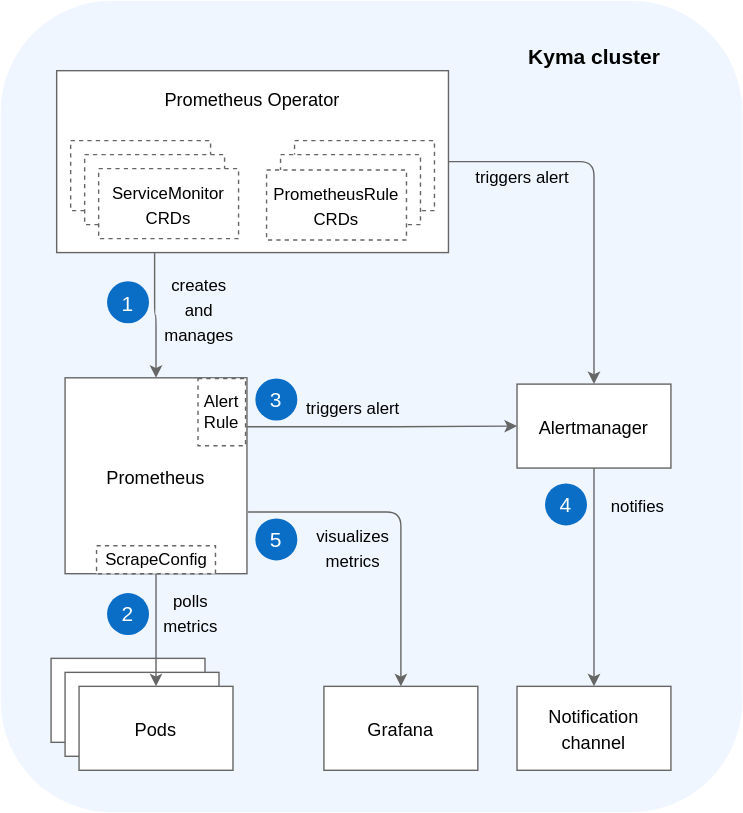
The draw.io diagram docs/05-technical-reference/03-architecture/assets/obsv-monitoring-flow.svg in kyma-project/kyma, before a commit. Source tidied: cells renumbered, new cells last; positions are measured from the earlier drawing's top-left corner, leaving out a move shared by most shapes.
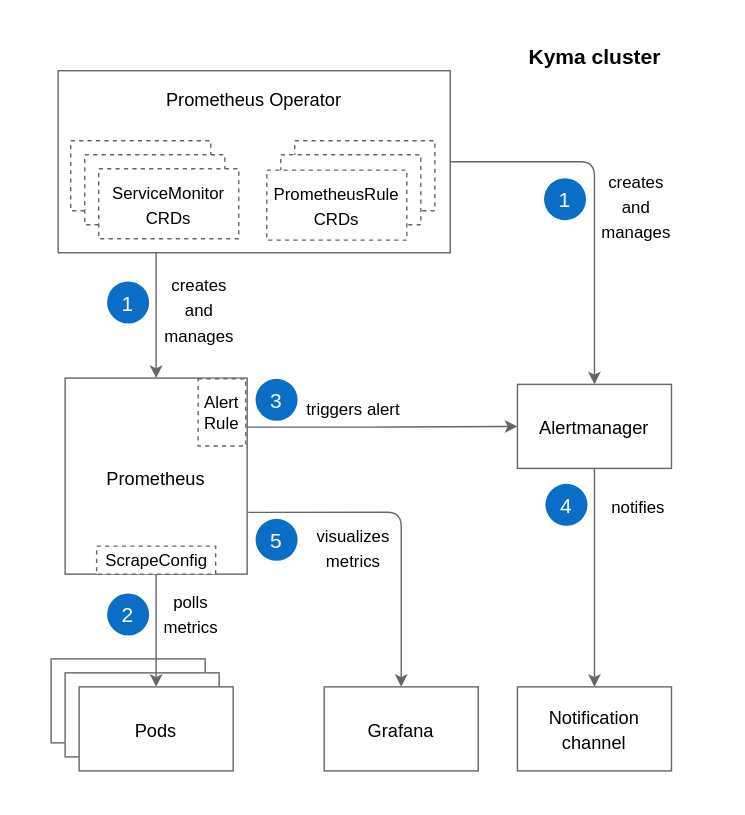
The same diagram one commit later.

The edit, as a diff of the source:
```diff
@@ -2,9 +2,9 @@
   <root>
     <mxCell id="0" />
     <mxCell id="1" parent="0" />
-    <mxCell id="2" style="rounded=1;whiteSpace=wrap;html=1;strokeColor=none;fillColor=#F0F6FF;" parent="1" vertex="1">
-      <mxGeometry width="530" height="580" as="geometry" />
-    </mxCell>
+    <mxCell id="37" style="rounded=0;whiteSpace=wrap;html=1;strokeColor=none;" parent="1" vertex="1">
+      <mxGeometry width="530" height="580" as="geometry" />
+    </mxCell>
     <mxCell id="3" value="&lt;font style=&quot;font-size: 13px&quot;&gt;&lt;br&gt;&lt;/font&gt;" style="rounded=0;whiteSpace=wrap;html=1;labelBackgroundColor=none;strokeWidth=1;fillColor=#FFFFFF;gradientColor=none;fontFamily=Helvetica;fontSize=15;fontColor=#000000;strokeColor=#666666;" parent="1" vertex="1">
       <mxGeometry x="36" y="470" width="110" height="60" as="geometry" />
     </mxCell>
@@ -24,7 +24,7 @@
       <mxGeometry x="369" y="274" width="110" height="60" as="geometry" />
     </mxCell>
     <mxCell id="9" value="&lt;span style=&quot;font-size: 13px&quot;&gt;Prometheus Operator&lt;br&gt;&lt;br&gt;&lt;br&gt;&lt;br&gt;&lt;br&gt;&lt;br&gt;&lt;/span&gt;" style="rounded=0;whiteSpace=wrap;html=1;labelBackgroundColor=none;strokeWidth=1;fillColor=#FFFFFF;gradientColor=none;fontFamily=Helvetica;fontSize=15;fontColor=#000000;strokeColor=#666666;" parent="1" vertex="1">
-      <mxGeometry x="40" y="50" width="280" height="130" as="geometry" />
+      <mxGeometry x="41" y="50" width="280" height="130" as="geometry" />
     </mxCell>
     <mxCell id="10" value="&lt;font style=&quot;font-size: 13px&quot;&gt;Notification channel&lt;/font&gt;" style="rounded=0;whiteSpace=wrap;html=1;labelBackgroundColor=none;strokeWidth=1;fillColor=#FFFFFF;gradientColor=none;fontFamily=Helvetica;fontSize=15;fontColor=#000000;strokeColor=#666666;" parent="1" vertex="1">
       <mxGeometry x="369" y="490" width="110" height="60" as="geometry" />
@@ -106,8 +106,11 @@
         <mxPoint x="424" y="490" as="targetPoint" />
       </mxGeometry>
     </mxCell>
-    <mxCell id="36" value="&lt;font style=&quot;font-size: 12px&quot;&gt;triggers alert&lt;/font&gt;" style="text;html=1;strokeColor=none;fillColor=none;align=center;verticalAlign=middle;whiteSpace=wrap;rounded=0;fontSize=15;" parent="1" vertex="1">
-      <mxGeometry x="336" y="115" width="74" height="20" as="geometry" />
-    </mxCell>
+    <mxCell id="38" value="&lt;font style=&quot;font-size: 12px&quot;&gt;creates&lt;br&gt;and &lt;br&gt;manages&lt;/font&gt;" style="text;html=1;strokeColor=none;fillColor=none;align=center;verticalAlign=middle;whiteSpace=wrap;rounded=0;fontSize=15;" parent="1" vertex="1">
+      <mxGeometry x="429" y="116.2" width="50" height="59.5" as="geometry" />
+    </mxCell>
+    <mxCell id="39" value="&lt;font color=&quot;#ffffff&quot;&gt;1&lt;/font&gt;" style="ellipse;whiteSpace=wrap;html=1;labelBackgroundColor=none;strokeColor=none;strokeWidth=1;gradientColor=none;fontFamily=Helvetica;fontSize=15;fontColor=#000000;fillColor=#0A6EC7;" parent="1" vertex="1">
+      <mxGeometry x="388" y="126.8" width="30" height="30" as="geometry" />
+    </mxCell>
   </root>
 </mxGraphModel>
```
